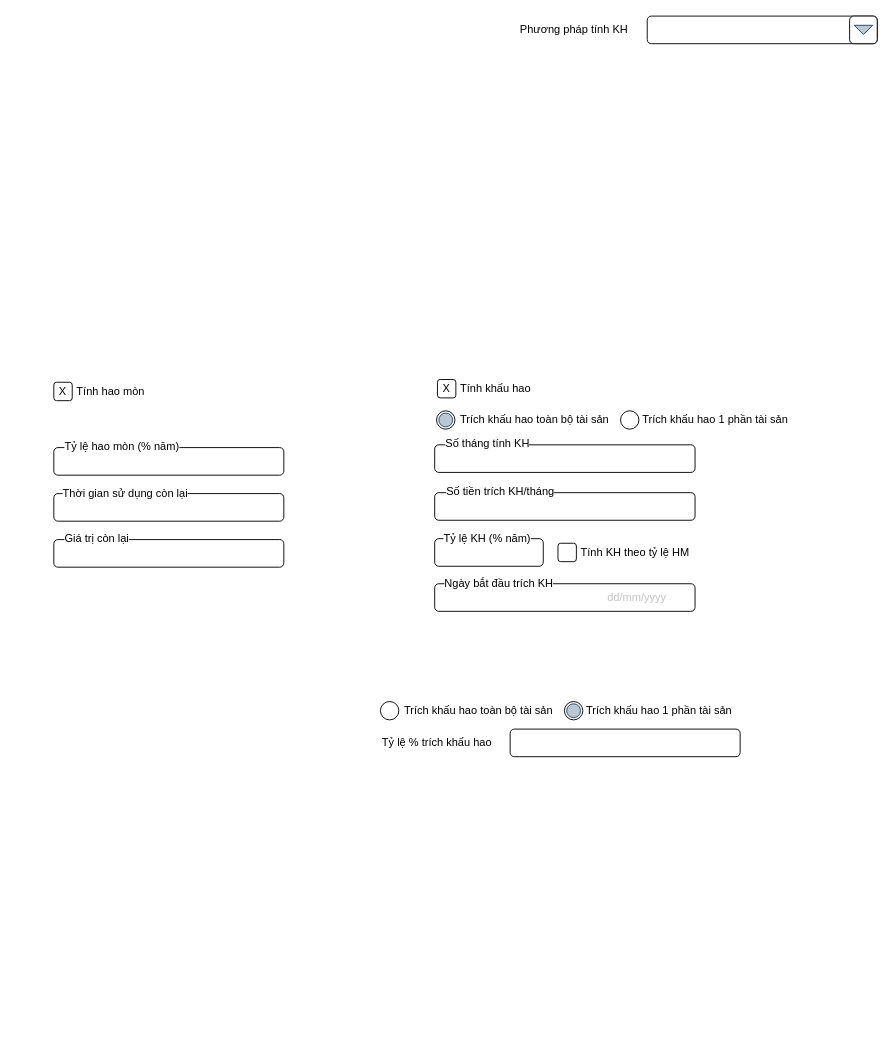
The draw.io diagram page "Page-1" (1 of 2) of Untitled Diagram.drawio in Serria117/AccMng, before the edit. Source tidied: cells renumbered, new cells numbered last; positions are measured from the earlier drawing's top-left corner, leaving out a move shared by most shapes. Both pictures are drawn from the tidied source at 92%, with x=0, y=0 at pixel (35, 16).
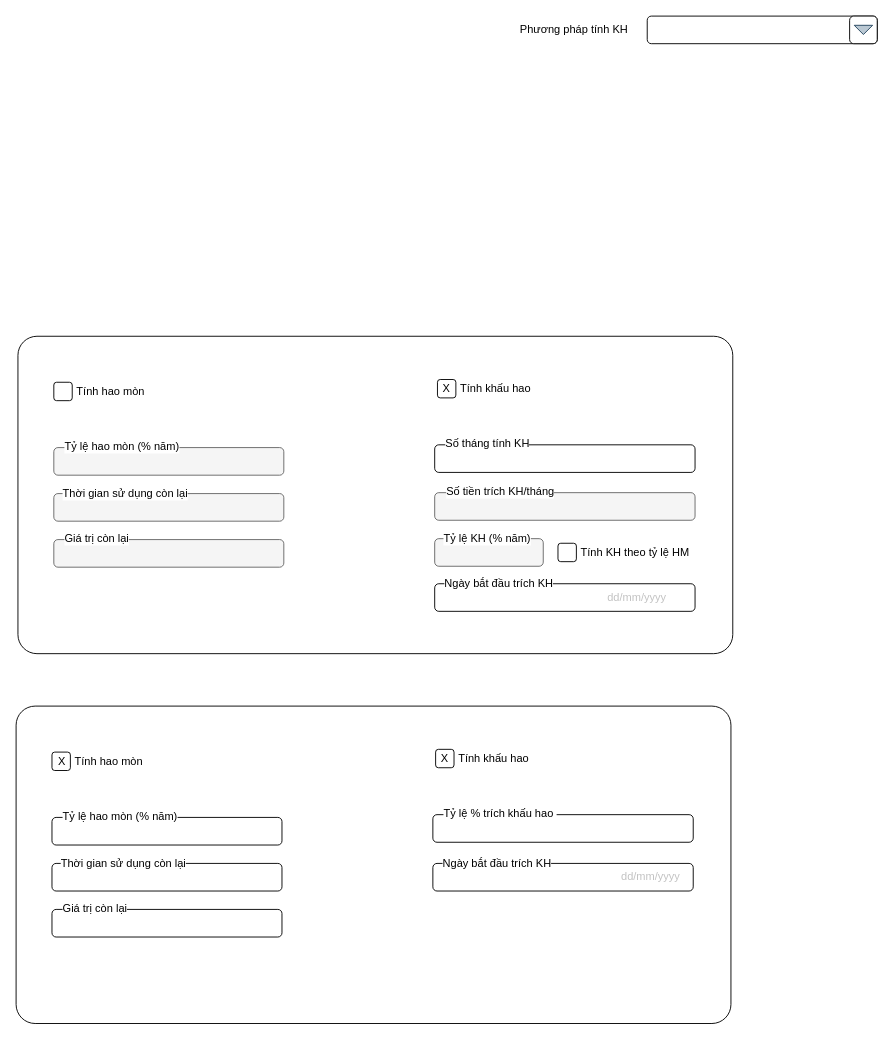
Above is the later version.

The change refers to these unchanged cells:
```xml
<mxCell id="35" style="group;" parent="1" vertex="1">
  <mxGeometry y="393" width="270" height="206" as="geometry" />
</mxCell>
<mxCell id="42" style="group;" parent="35" vertex="1">
  <mxGeometry width="133" height="30" as="geometry" />
</mxCell>
```

The edit, as a diff of the source:
```diff
@@
+    <mxCell id="46" style="rounded=1;whiteSpace=wrap;html=1;arcSize=6;" parent="1" vertex="1">
+      <mxGeometry x="-19" y="348" width="777" height="345" as="geometry" />
+    </mxCell>
@@
-    <mxCell id="6" style="group;" parent="1" vertex="1">
-      <mxGeometry x="375" y="740" width="392" height="65" as="geometry" />
-    </mxCell>
-    <mxCell id="7" value="Trích khấu hao toàn bộ tài sản" style="text;html=1;strokeColor=none;fillColor=none;align=left;verticalAlign=middle;whiteSpace=wrap;rounded=0;" parent="6" vertex="1">
-      <mxGeometry x="24" width="170" height="30" as="geometry" />
-    </mxCell>
-    <mxCell id="8" value="Tỷ lệ % trích khấu hao" style="text;html=1;strokeColor=none;fillColor=none;align=left;verticalAlign=middle;whiteSpace=wrap;rounded=0;" parent="6" vertex="1">
-      <mxGeometry y="35" width="128" height="30" as="geometry" />
-    </mxCell>
-    <mxCell id="9" style="rounded=1;whiteSpace=wrap;html=1;" parent="6" vertex="1">
-      <mxGeometry x="141" y="35" width="250" height="30" as="geometry" />
-    </mxCell>
-    <mxCell id="10" style="ellipse;whiteSpace=wrap;html=1;fontSize=16;" parent="6" vertex="1">
-      <mxGeometry y="5" width="20" height="20" as="geometry" />
-    </mxCell>
-    <mxCell id="11" value="Trích khấu hao 1 phần tài sản" style="text;html=1;strokeColor=none;fillColor=none;align=left;verticalAlign=middle;whiteSpace=wrap;rounded=0;" parent="6" vertex="1">
-      <mxGeometry x="222" width="170" height="30" as="geometry" />
-    </mxCell>
-    <mxCell id="12" style="ellipse;whiteSpace=wrap;html=1;fontSize=16;" parent="6" vertex="1">
-      <mxGeometry x="200" y="5" width="20" height="20" as="geometry" />
-    </mxCell>
-    <mxCell id="13" style="ellipse;whiteSpace=wrap;html=1;fontSize=16;fillColor=#bac8d3;strokeColor=#23445d;" parent="6" vertex="1">
-      <mxGeometry x="202.5" y="7.5" width="15" height="15" as="geometry" />
-    </mxCell>
     <mxCell id="14" style="group;" parent="1" vertex="1">
-      <mxGeometry x="417" y="390" width="411" height="257" as="geometry" />
+      <mxGeometry x="417" y="390" width="411" height="295" as="geometry" />
     </mxCell>
@@
-    <mxCell id="18" value="Trích khấu hao toàn bộ tài sản" style="text;html=1;strokeColor=none;fillColor=none;align=left;verticalAlign=middle;whiteSpace=wrap;rounded=0;" parent="14" vertex="1">
-      <mxGeometry x="43" y="34" width="170" height="30" as="geometry" />
-    </mxCell>
-    <mxCell id="19" style="ellipse;whiteSpace=wrap;html=1;fontSize=16;" parent="14" vertex="1">
-      <mxGeometry x="19" y="39" width="20" height="20" as="geometry" />
-    </mxCell>
-    <mxCell id="20" value="Trích khấu hao 1 phần tài sản" style="text;html=1;strokeColor=none;fillColor=none;align=left;verticalAlign=middle;whiteSpace=wrap;rounded=0;" parent="14" vertex="1">
-      <mxGeometry x="241" y="34" width="170" height="30" as="geometry" />
-    </mxCell>
-    <mxCell id="21" style="ellipse;whiteSpace=wrap;html=1;fontSize=16;" parent="14" vertex="1">
-      <mxGeometry x="219" y="39" width="20" height="20" as="geometry" />
-    </mxCell>
-    <mxCell id="22" style="ellipse;whiteSpace=wrap;html=1;fontSize=16;fillColor=#bac8d3;strokeColor=#23445d;" parent="14" vertex="1">
-      <mxGeometry x="21.5" y="41.5" width="15" height="15" as="geometry" />
-    </mxCell>
     <mxCell id="23" style="group;" parent="14" vertex="1">
-      <mxGeometry x="17" y="59.5" width="283" height="197.5" as="geometry" />
+      <mxGeometry x="17" y="59.5" width="283" height="235.5" as="geometry" />
     </mxCell>
-    <mxCell id="24" style="rounded=1;whiteSpace=wrap;html=1;" parent="23" vertex="1">
+    <mxCell id="24" style="rounded=1;whiteSpace=wrap;html=1;align=left;" parent="23" vertex="1">
       <mxGeometry y="16.5" width="283" height="30" as="geometry" />
     </mxCell>
-    <mxCell id="25" style="rounded=1;whiteSpace=wrap;html=1;" parent="23" vertex="1">
+    <mxCell id="25" style="rounded=1;whiteSpace=wrap;html=1;fillColor=#f5f5f5;fontColor=#333333;strokeColor=#666666;" parent="23" vertex="1">
       <mxGeometry y="68.5" width="283" height="30" as="geometry" />
     </mxCell>
-    <mxCell id="26" style="rounded=1;whiteSpace=wrap;html=1;" parent="23" vertex="1">
+    <mxCell id="26" style="rounded=1;whiteSpace=wrap;html=1;fillColor=#f5f5f5;fontColor=#333333;strokeColor=#666666;" parent="23" vertex="1">
       <mxGeometry y="118.5" width="118" height="30" as="geometry" />
     </mxCell>
@@
-    <mxCell id="36" style="rounded=1;whiteSpace=wrap;html=1;" parent="35" vertex="1">
+    <mxCell id="36" style="rounded=1;whiteSpace=wrap;html=1;fillColor=#f5f5f5;fontColor=#333333;strokeColor=#666666;" parent="35" vertex="1">
       <mxGeometry x="20" y="76" width="250" height="30" as="geometry" />
     </mxCell>
@@
-    <mxCell id="38" style="rounded=1;whiteSpace=wrap;html=1;" parent="35" vertex="1">
+    <mxCell id="38" style="rounded=1;whiteSpace=wrap;html=1;fillColor=#f5f5f5;fontColor=#333333;strokeColor=#666666;" parent="35" vertex="1">
       <mxGeometry x="20" y="126" width="250" height="30" as="geometry" />
     </mxCell>
@@
-    <mxCell id="40" style="rounded=1;whiteSpace=wrap;html=1;" parent="35" vertex="1">
+    <mxCell id="40" style="rounded=1;whiteSpace=wrap;html=1;fillColor=#f5f5f5;fontColor=#333333;strokeColor=#666666;" parent="35" vertex="1">
       <mxGeometry x="20" y="176" width="250" height="30" as="geometry" />
     </mxCell>
@@
-    <mxCell id="45" value="X" style="text;html=1;strokeColor=none;fillColor=none;align=center;verticalAlign=middle;whiteSpace=wrap;rounded=0;" parent="42" vertex="1">
-      <mxGeometry width="60" height="30" as="geometry" />
-    </mxCell>
+    <mxCell id="47" style="rounded=1;whiteSpace=wrap;html=1;arcSize=6;" parent="1" vertex="1">
+      <mxGeometry x="-21" y="750" width="777" height="345" as="geometry" />
+    </mxCell>
+    <mxCell id="48" style="group;" parent="1" vertex="1">
+      <mxGeometry x="429" y="813" width="411" height="295" as="geometry" />
+    </mxCell>
+    <mxCell id="49" style="rounded=1;whiteSpace=wrap;html=1;" parent="48" vertex="1">
+      <mxGeometry x="6" y="-16" width="20" height="20" as="geometry" />
+    </mxCell>
+    <mxCell id="50" value="Tính khấu hao" style="text;html=1;strokeColor=none;fillColor=none;align=left;verticalAlign=middle;whiteSpace=wrap;rounded=0;" parent="48" vertex="1">
+      <mxGeometry x="29" y="-21" width="90" height="30" as="geometry" />
+    </mxCell>
+    <mxCell id="51" value="X" style="text;html=1;strokeColor=none;fillColor=none;align=center;verticalAlign=middle;whiteSpace=wrap;rounded=0;" parent="48" vertex="1">
+      <mxGeometry x="-14" y="-21" width="60" height="30" as="geometry" />
+    </mxCell>
+    <mxCell id="52" style="group;" parent="48" vertex="1">
+      <mxGeometry x="3" y="38.5" width="283" height="235.5" as="geometry" />
+    </mxCell>
+    <mxCell id="53" style="rounded=1;whiteSpace=wrap;html=1;align=left;" parent="52" vertex="1">
+      <mxGeometry y="16.5" width="283" height="30" as="geometry" />
+    </mxCell>
+    <mxCell id="8" value="Tỷ lệ % trích khấu hao&amp;nbsp;" style="text;html=1;strokeColor=none;fillColor=none;align=left;verticalAlign=middle;whiteSpace=wrap;rounded=0;labelBackgroundColor=default;" parent="52" vertex="1">
+      <mxGeometry x="10" width="153" height="30" as="geometry" />
+    </mxCell>
+    <mxCell id="54" style="rounded=1;whiteSpace=wrap;html=1;" parent="52" vertex="1">
+      <mxGeometry y="69.5" width="283" height="30" as="geometry" />
+    </mxCell>
+    <mxCell id="55" value="Ngày bắt đầu trích KH" style="text;html=1;strokeColor=none;fillColor=none;align=left;verticalAlign=middle;whiteSpace=wrap;rounded=0;labelBackgroundColor=default;" parent="52" vertex="1">
+      <mxGeometry x="9" y="54.5" width="134" height="30" as="geometry" />
+    </mxCell>
+    <mxCell id="56" value="dd/mm/yyyy" style="text;html=1;strokeColor=none;fillColor=none;align=center;verticalAlign=middle;whiteSpace=wrap;rounded=0;fontColor=#C2C2C2;" parent="52" vertex="1">
+      <mxGeometry x="207" y="69.5" width="60" height="30" as="geometry" />
+    </mxCell>
+    <mxCell id="57" style="group;" parent="1" vertex="1">
+      <mxGeometry x="-2" y="795" width="270" height="206" as="geometry" />
+    </mxCell>
+    <mxCell id="58" style="rounded=1;whiteSpace=wrap;html=1;" parent="57" vertex="1">
+      <mxGeometry x="20" y="76" width="250" height="30" as="geometry" />
+    </mxCell>
+    <mxCell id="59" value="Tỷ lệ hao mòn (% năm)" style="text;html=1;strokeColor=none;fillColor=none;align=left;verticalAlign=middle;whiteSpace=wrap;rounded=0;labelBackgroundColor=default;" parent="57" vertex="1">
+      <mxGeometry x="30" y="60" width="140" height="30" as="geometry" />
+    </mxCell>
+    <mxCell id="60" style="rounded=1;whiteSpace=wrap;html=1;" parent="57" vertex="1">
+      <mxGeometry x="20" y="126" width="250" height="30" as="geometry" />
+    </mxCell>
+    <mxCell id="61" value="Thời gian sử dụng còn lại" style="text;html=1;strokeColor=none;fillColor=none;align=left;verticalAlign=middle;whiteSpace=wrap;rounded=0;labelBackgroundColor=default;" parent="57" vertex="1">
+      <mxGeometry x="28" y="111" width="140" height="30" as="geometry" />
+    </mxCell>
+    <mxCell id="62" style="rounded=1;whiteSpace=wrap;html=1;" parent="57" vertex="1">
+      <mxGeometry x="20" y="176" width="250" height="30" as="geometry" />
+    </mxCell>
+    <mxCell id="63" value="Giá trị còn lại" style="text;html=1;strokeColor=none;fillColor=none;align=left;verticalAlign=middle;whiteSpace=wrap;rounded=0;labelBackgroundColor=default;" parent="57" vertex="1">
+      <mxGeometry x="30" y="160" width="90" height="30" as="geometry" />
+    </mxCell>
+    <mxCell id="64" style="group;" parent="57" vertex="1">
+      <mxGeometry width="133" height="32" as="geometry" />
+    </mxCell>
+    <mxCell id="65" style="rounded=1;whiteSpace=wrap;html=1;" parent="64" vertex="1">
+      <mxGeometry x="20" y="5" width="20" height="20" as="geometry" />
+    </mxCell>
+    <mxCell id="66" value="Tính hao mòn" style="text;html=1;strokeColor=none;fillColor=none;align=left;verticalAlign=middle;whiteSpace=wrap;rounded=0;" parent="64" vertex="1">
+      <mxGeometry x="43" width="90" height="30" as="geometry" />
+    </mxCell>
+    <mxCell id="67" value="X" style="text;html=1;strokeColor=none;fillColor=none;align=center;verticalAlign=middle;whiteSpace=wrap;rounded=0;" parent="64" vertex="1">
+      <mxGeometry x="1" width="60" height="30" as="geometry" />
+    </mxCell>
```
